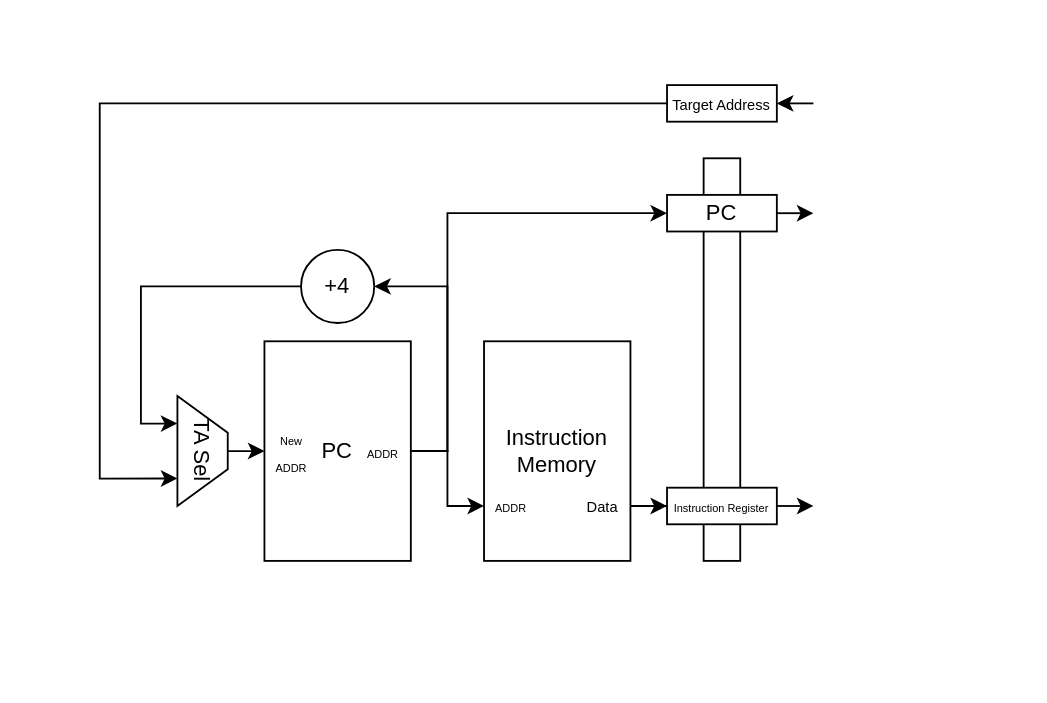
Earlier version of the draw.io diagram page "Fetch stage" (2 of 6) of docs/imgs/microarchitecture/multi-cycle_datapath.drawio (WachirawichN/C0-CPU). Source tidied: cells renumbered, new cells numbered last; positions are measured from the earlier drawing's top-left corner, leaving out a move shared by most shapes. Both pictures are drawn from the tidied source at 183%, with x=0, y=0 at pixel (99, 84).
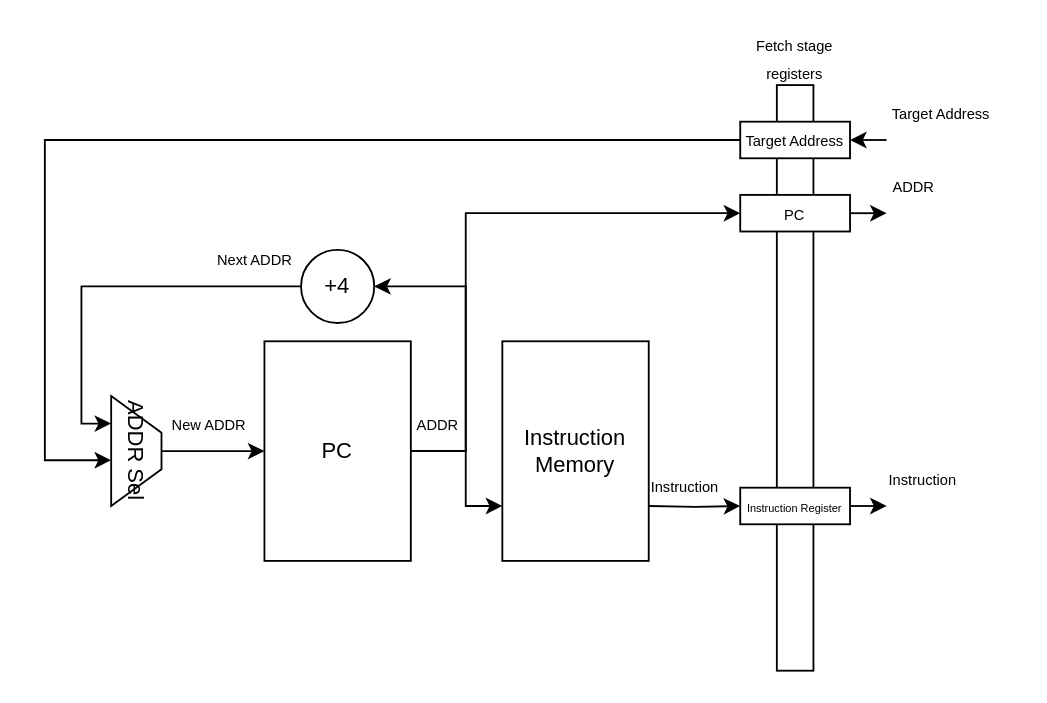
Above is the later version.

Unchanged cells that the change refers to:
```xml
<mxCell id="5" value="&lt;span style=&quot;color: light-dark(rgb(0, 0, 0), rgb(255, 255, 255));&quot;&gt;PC&lt;/span&gt;" style="rounded=0;whiteSpace=wrap;html=1;strokeColor=light-dark(#000000,#FFFFFF);fillColor=light-dark(#FFFFFF,#000000);" parent="4" vertex="1">
  <mxGeometry width="80" height="120" as="geometry" />
</mxCell>
<mxCell id="9" value="Instruction Memory" style="rounded=0;whiteSpace=wrap;html=1;strokeColor=light-dark(#000000,#FFFFFF);fillColor=light-dark(#FFFFFF,#000000);" parent="8" vertex="1">
  <mxGeometry width="80" height="120" as="geometry" />
</mxCell>
```

Change to the diagram source:
```diff
@@
+    <mxCell id="27" style="group;" parent="1" vertex="1">
+      <mxGeometry x="-10" y="90" width="350" height="170" as="geometry" />
+    </mxCell>
-    <mxCell id="2" style="edgeStyle=orthogonalEdgeStyle;rounded=0;jettySize=auto;html=1;entryX=0.25;entryY=1;entryDx=0;entryDy=0;" parent="1" edge="1" source="3" target="17">
-      <mxGeometry relative="1" as="geometry" />
+    <mxCell id="2" style="edgeStyle=orthogonalEdgeStyle;rounded=0;jettySize=auto;html=1;entryX=0.25;entryY=1;entryDx=0;entryDy=0;" parent="27" edge="1" source="3" target="17">
+      <mxGeometry relative="1" as="geometry">
+        <Array as="points">
+          <mxPoint y="20" />
+          <mxPoint y="95" />
+        </Array>
+      </mxGeometry>
     </mxCell>
-    <mxCell id="3" value="+4" style="ellipse;whiteSpace=wrap;html=1;" parent="1" vertex="1">
-      <mxGeometry x="110" y="90" width="40" height="40" as="geometry" />
+    <mxCell id="3" value="+4" style="ellipse;whiteSpace=wrap;html=1;" parent="27" vertex="1">
+      <mxGeometry x="120" width="40" height="40" as="geometry" />
     </mxCell>
-    <mxCell id="4" style="group;" parent="1" vertex="1">
-      <mxGeometry x="90" y="140" width="80" height="120" as="geometry" />
+    <mxCell id="4" style="group;" parent="27" vertex="1">
+      <mxGeometry x="100" y="50" width="80" height="120" as="geometry" />
     </mxCell>
@@
-    <mxCell id="6" value="&lt;font style=&quot;font-size: 6px;&quot;&gt;ADDR&lt;/font&gt;" style="text;html=1;whiteSpace=wrap;strokeColor=none;fillColor=none;align=center;verticalAlign=middle;rounded=0;" parent="4" vertex="1">
-      <mxGeometry x="50" y="50" width="30" height="20" as="geometry" />
-    </mxCell>
-    <mxCell id="7" value="&lt;font style=&quot;font-size: 6px;&quot;&gt;New ADDR&lt;/font&gt;" style="text;html=1;whiteSpace=wrap;strokeColor=none;fillColor=none;align=center;verticalAlign=middle;rounded=0;" parent="4" vertex="1">
-      <mxGeometry y="50" width="30" height="20" as="geometry" />
-    </mxCell>
-    <mxCell id="8" style="group;" parent="1" vertex="1">
-      <mxGeometry x="210" y="140" width="80" height="120" as="geometry" />
+    <mxCell id="8" style="group;" parent="27" vertex="1">
+      <mxGeometry x="230" y="50" width="80" height="120" as="geometry" />
     </mxCell>
@@
-    <mxCell id="10" value="&lt;font style=&quot;font-size: 6px;&quot;&gt;ADDR&lt;/font&gt;" style="text;html=1;whiteSpace=wrap;strokeColor=none;fillColor=none;align=center;verticalAlign=middle;rounded=0;" parent="8" vertex="1">
-      <mxGeometry y="80" width="30" height="20" as="geometry" />
-    </mxCell>
-    <mxCell id="11" value="&lt;font style=&quot;font-size: 8px;&quot;&gt;Data&lt;/font&gt;" style="text;html=1;whiteSpace=wrap;strokeColor=none;fillColor=none;align=center;verticalAlign=middle;rounded=0;" parent="8" vertex="1">
-      <mxGeometry x="50" y="80" width="30" height="20" as="geometry" />
-    </mxCell>
-    <mxCell id="12" style="edgeStyle=orthogonalEdgeStyle;rounded=0;jettySize=auto;html=1;entryX=1;entryY=0.5;entryDx=0;entryDy=0;" parent="1" edge="1" source="6" target="3">
+    <mxCell id="12" style="edgeStyle=orthogonalEdgeStyle;rounded=0;jettySize=auto;html=1;entryX=1;entryY=0.5;entryDx=0;entryDy=0;" parent="27" edge="1" target="3">
       <mxGeometry relative="1" as="geometry">
+        <mxPoint x="180" y="110" as="sourcePoint" />
         <Array as="points">
-          <mxPoint x="190" y="200" />
-          <mxPoint x="190" y="110" />
+          <mxPoint x="210" y="110" />
+          <mxPoint x="210" y="20" />
         </Array>
       </mxGeometry>
     </mxCell>
-    <mxCell id="13" style="edgeStyle=orthogonalEdgeStyle;rounded=0;jettySize=auto;html=1;entryX=0;entryY=0.75;entryDx=0;entryDy=0;" parent="1" edge="1" source="5" target="9">
-      <mxGeometry relative="1" as="geometry" />
+    <mxCell id="13" style="edgeStyle=orthogonalEdgeStyle;rounded=0;jettySize=auto;html=1;entryX=0;entryY=0.75;entryDx=0;entryDy=0;" parent="27" edge="1" source="5" target="9">
+      <mxGeometry relative="1" as="geometry">
+        <Array as="points">
+          <mxPoint x="210" y="110" />
+          <mxPoint x="210" y="140" />
+        </Array>
+      </mxGeometry>
     </mxCell>
-    <mxCell id="14" style="edgeStyle=orthogonalEdgeStyle;rounded=0;jettySize=auto;html=1;entryX=0;entryY=0.5;entryDx=0;entryDy=0;" parent="1" edge="1" source="11" target="24">
-      <mxGeometry relative="1" as="geometry" />
+    <mxCell id="14" style="edgeStyle=orthogonalEdgeStyle;rounded=0;jettySize=auto;html=1;entryX=0;entryY=0.5;entryDx=0;entryDy=0;" parent="27" edge="1" target="24">
+      <mxGeometry relative="1" as="geometry">
+        <mxPoint x="310" y="140" as="sourcePoint" />
+      </mxGeometry>
     </mxCell>
-    <mxCell id="15" style="edgeStyle=orthogonalEdgeStyle;rounded=0;jettySize=auto;html=1;entryX=0;entryY=0.5;entryDx=0;entryDy=0;" parent="1" edge="1" source="6" target="26">
+    <mxCell id="15" style="edgeStyle=orthogonalEdgeStyle;rounded=0;jettySize=auto;html=1;entryX=0;entryY=0.5;entryDx=0;entryDy=0;" parent="27" edge="1" target="26">
       <mxGeometry relative="1" as="geometry">
+        <mxPoint x="180" y="110" as="sourcePoint" />
         <Array as="points">
-          <mxPoint x="190" y="200" />
-          <mxPoint x="190" y="70" />
+          <mxPoint x="210" y="110" />
+          <mxPoint x="210" y="-20" />
         </Array>
       </mxGeometry>
     </mxCell>
-    <mxCell id="16" style="edgeStyle=orthogonalEdgeStyle;rounded=0;jettySize=auto;html=1;entryX=0;entryY=0.5;entryDx=0;entryDy=0;" parent="1" edge="1" source="17" target="7">
-      <mxGeometry relative="1" as="geometry" />
+    <mxCell id="16" style="edgeStyle=orthogonalEdgeStyle;rounded=0;jettySize=auto;html=1;entryX=0;entryY=0.5;entryDx=0;entryDy=0;" parent="27" edge="1" source="17">
+      <mxGeometry relative="1" as="geometry">
+        <mxPoint x="100" y="110" as="targetPoint" />
+      </mxGeometry>
     </mxCell>
-    <mxCell id="17" value="TA Sel" style="shape=trapezoid;perimeter=trapezoidPerimeter;whiteSpace=wrap;html=1;fixedSize=1;rotation=90;" parent="1" vertex="1">
-      <mxGeometry x="26.2" y="186.2" width="60" height="27.5" as="geometry" />
+    <mxCell id="17" value="ADDR Sel" style="shape=trapezoid;perimeter=trapezoidPerimeter;whiteSpace=wrap;html=1;fixedSize=1;rotation=90;" parent="27" vertex="1">
+      <mxGeometry y="96.2" width="60" height="27.5" as="geometry" />
     </mxCell>
-    <mxCell id="18" style="edgeStyle=orthogonalEdgeStyle;rounded=0;jettySize=auto;html=1;entryX=0.75;entryY=1;entryDx=0;entryDy=0;" parent="1" edge="1" source="19" target="17">
+    <mxCell id="18" style="edgeStyle=orthogonalEdgeStyle;rounded=0;jettySize=auto;html=1;entryX=0.75;entryY=1;entryDx=0;entryDy=0;exitX=0;exitY=0.5;exitDx=0;exitDy=0;" parent="27" edge="1" source="19">
       <mxGeometry relative="1" as="geometry">
+        <mxPoint x="16.2" y="115" as="targetPoint" />
         <Array as="points">
-          <mxPoint y="10" />
-          <mxPoint y="215" />
+          <mxPoint x="-20" y="-60" />
+          <mxPoint x="-20" y="115" />
         </Array>
       </mxGeometry>
     </mxCell>
+    <mxCell id="7" value="&lt;font style=&quot;font-size: 8px;&quot;&gt;New ADDR&lt;/font&gt;" style="text;html=1;whiteSpace=wrap;strokeColor=none;fillColor=none;align=center;verticalAlign=middle;rounded=0;" parent="27" vertex="1">
+      <mxGeometry x="40" y="90" width="60" height="10" as="geometry" />
+    </mxCell>
+    <mxCell id="28" value="&lt;font style=&quot;font-size: 8px;&quot;&gt;ADDR&lt;/font&gt;" style="text;html=1;whiteSpace=wrap;strokeColor=none;fillColor=none;align=center;verticalAlign=middle;rounded=0;" parent="27" vertex="1">
+      <mxGeometry x="180" y="90" width="30" height="10" as="geometry" />
+    </mxCell>
+    <mxCell id="29" value="&lt;font style=&quot;font-size: 8px;&quot;&gt;Next ADDR&lt;/font&gt;" style="text;html=1;whiteSpace=wrap;strokeColor=none;fillColor=none;align=center;verticalAlign=middle;rounded=0;" parent="27" vertex="1">
+      <mxGeometry x="70" width="50" height="10" as="geometry" />
+    </mxCell>
+    <mxCell id="30" value="&lt;font style=&quot;font-size: 8px;&quot;&gt;Instruction&lt;/font&gt;" style="text;html=1;whiteSpace=wrap;strokeColor=none;fillColor=none;align=center;verticalAlign=middle;rounded=0;" parent="27" vertex="1">
+      <mxGeometry x="310" y="123.8" width="40" height="10" as="geometry" />
+    </mxCell>
+    <mxCell id="31" style="group;" parent="1" vertex="1">
+      <mxGeometry x="350" y="-20" width="150" height="340" as="geometry" />
+    </mxCell>
+    <mxCell id="32" style="edgeStyle=orthogonalEdgeStyle;rounded=0;jettySize=auto;html=1;entryX=0;entryY=0.5;entryDx=0;entryDy=0;" parent="31" edge="1" source="24">
+      <mxGeometry relative="1" as="geometry">
+        <mxPoint x="80" y="250" as="targetPoint" />
+      </mxGeometry>
+    </mxCell>
+    <mxCell id="33" style="rounded=0;whiteSpace=wrap;html=1;strokeColor=light-dark(#000000,#FFFFFF);fillColor=light-dark(#FFFFFF,#000000);" parent="31" vertex="1">
+      <mxGeometry x="20" y="20" width="20" height="320" as="geometry" />
+    </mxCell>
+    <mxCell id="34" value="&lt;font style=&quot;font-size: 8px;&quot;&gt;Fetch stage registers&lt;/font&gt;" style="text;html=1;whiteSpace=wrap;strokeColor=none;fillColor=none;align=center;verticalAlign=middle;rounded=0;" parent="31" vertex="1">
+      <mxGeometry width="60" height="10" as="geometry" />
+    </mxCell>
+    <mxCell id="24" value="&lt;div&gt;&lt;font style=&quot;font-size: 6px;&quot;&gt;Instruction Register&lt;/font&gt;&lt;/div&gt;" style="rounded=0;whiteSpace=wrap;html=1;strokeColor=light-dark(#000000,#FFFFFF);fillColor=light-dark(#FFFFFF,#000000);" parent="31" vertex="1">
+      <mxGeometry y="240" width="60" height="20" as="geometry" />
+    </mxCell>
+    <mxCell id="26" value="&lt;font style=&quot;font-size: 8px;&quot;&gt;PC&lt;/font&gt;" style="rounded=0;whiteSpace=wrap;html=1;strokeColor=light-dark(#000000,#FFFFFF);fillColor=light-dark(#FFFFFF,#000000);" parent="31" vertex="1">
+      <mxGeometry y="80" width="60" height="20" as="geometry" />
+    </mxCell>
-    <mxCell id="19" value="&lt;font style=&quot;font-size: 8px;&quot;&gt;Target Address&lt;/font&gt;" style="rounded=0;whiteSpace=wrap;html=1;strokeColor=light-dark(#000000,#FFFFFF);fillColor=light-dark(#FFFFFF,#000000);" parent="1" vertex="1">
-      <mxGeometry x="310" width="60" height="20" as="geometry" />
+    <mxCell id="19" value="&lt;font style=&quot;font-size: 8px;&quot;&gt;Target Address&lt;/font&gt;" style="rounded=0;whiteSpace=wrap;html=1;strokeColor=light-dark(#000000,#FFFFFF);fillColor=light-dark(#FFFFFF,#000000);" parent="31" vertex="1">
+      <mxGeometry y="40" width="60" height="20" as="geometry" />
     </mxCell>
-    <mxCell id="20" style="edgeStyle=orthogonalEdgeStyle;rounded=0;jettySize=auto;html=1;entryX=1;entryY=0.5;entryDx=0;entryDy=0;" parent="1" edge="1" target="19">
-      <mxGeometry relative="1" as="geometry">
-        <mxPoint x="390" y="10" as="sourcePoint" />
-      </mxGeometry>
-    </mxCell>
-    <mxCell id="21" style="group;" parent="1" vertex="1">
-      <mxGeometry x="310" y="40" width="60" height="220" as="geometry" />
-    </mxCell>
-    <mxCell id="22" style="rounded=0;whiteSpace=wrap;html=1;strokeColor=light-dark(#000000,#FFFFFF);fillColor=light-dark(#FFFFFF,#000000);" parent="21" vertex="1">
-      <mxGeometry x="20" width="20" height="220" as="geometry" />
-    </mxCell>
-    <mxCell id="23" style="edgeStyle=orthogonalEdgeStyle;rounded=0;jettySize=auto;html=1;" parent="21" edge="1" source="24">
-      <mxGeometry relative="1" as="geometry">
-        <mxPoint x="80" y="190" as="targetPoint" />
-      </mxGeometry>
-    </mxCell>
-    <mxCell id="24" value="&lt;div&gt;&lt;font style=&quot;font-size: 6px;&quot;&gt;Instruction Register&lt;/font&gt;&lt;/div&gt;" style="rounded=0;whiteSpace=wrap;html=1;strokeColor=light-dark(#000000,#FFFFFF);fillColor=light-dark(#FFFFFF,#000000);" parent="21" vertex="1">
-      <mxGeometry y="180" width="60" height="20" as="geometry" />
-    </mxCell>
-    <mxCell id="25" style="edgeStyle=orthogonalEdgeStyle;rounded=0;jettySize=auto;html=1;" parent="21" edge="1" source="26">
-      <mxGeometry relative="1" as="geometry">
-        <mxPoint x="80" y="30" as="targetPoint" />
-      </mxGeometry>
-    </mxCell>
-    <mxCell id="26" value="PC" style="rounded=0;whiteSpace=wrap;html=1;strokeColor=light-dark(#000000,#FFFFFF);fillColor=light-dark(#FFFFFF,#000000);" parent="21" vertex="1">
-      <mxGeometry y="20" width="60" height="20" as="geometry" />
-    </mxCell>
+    <mxCell id="35" style="edgeStyle=orthogonalEdgeStyle;rounded=0;jettySize=auto;html=1;exitX=1;exitY=0.5;exitDx=0;exitDy=0;" parent="31" edge="1" source="26">
+      <mxGeometry relative="1" as="geometry">
+        <mxPoint x="80" y="90" as="targetPoint" />
+      </mxGeometry>
+    </mxCell>
+    <mxCell id="36" style="edgeStyle=orthogonalEdgeStyle;rounded=0;jettySize=auto;html=1;entryX=1;entryY=0.5;entryDx=0;entryDy=0;" parent="31" edge="1" target="19">
+      <mxGeometry relative="1" as="geometry">
+        <mxPoint x="80" y="50" as="sourcePoint" />
+      </mxGeometry>
+    </mxCell>
+    <mxCell id="37" value="&lt;font style=&quot;font-size: 8px;&quot;&gt;Target Address&lt;/font&gt;" style="text;html=1;whiteSpace=wrap;strokeColor=none;fillColor=none;align=center;verticalAlign=middle;rounded=0;" parent="31" vertex="1">
+      <mxGeometry x="80" y="30" width="60" height="10" as="geometry" />
+    </mxCell>
+    <mxCell id="38" value="&lt;font style=&quot;font-size: 8px;&quot;&gt;ADDR&lt;/font&gt;" style="text;html=1;whiteSpace=wrap;strokeColor=none;fillColor=none;align=center;verticalAlign=middle;rounded=0;" parent="31" vertex="1">
+      <mxGeometry x="80" y="70" width="30" height="10" as="geometry" />
+    </mxCell>
+    <mxCell id="39" value="&lt;font style=&quot;font-size: 8px;&quot;&gt;Instruction&lt;/font&gt;" style="text;html=1;whiteSpace=wrap;strokeColor=none;fillColor=none;align=center;verticalAlign=middle;rounded=0;" parent="31" vertex="1">
+      <mxGeometry x="80" y="230" width="40" height="10" as="geometry" />
+    </mxCell>
```
